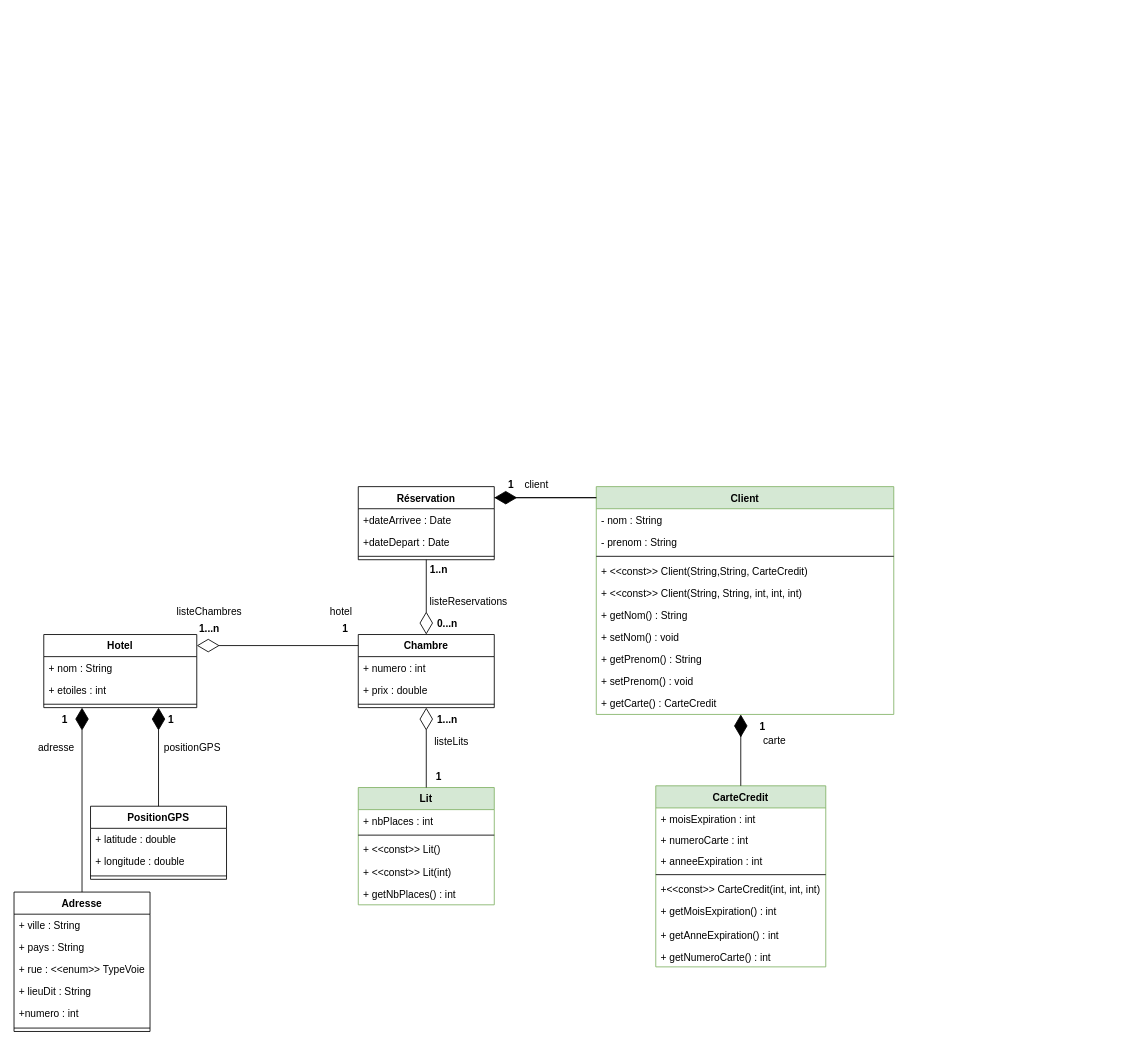
This is M1/704_ALD/TP2_SOAP/Schéma_UML_service.drawio from Sc00bi/Master-GL, a draw.io file, before an edit. Source tidied: cells renumbered, new cells numbered last; positions are measured from the earlier drawing's top-left corner, leaving out a move shared by most shapes. Both pictures are drawn from the tidied source at 85%, with x=0, y=0 at pixel (14, 473).
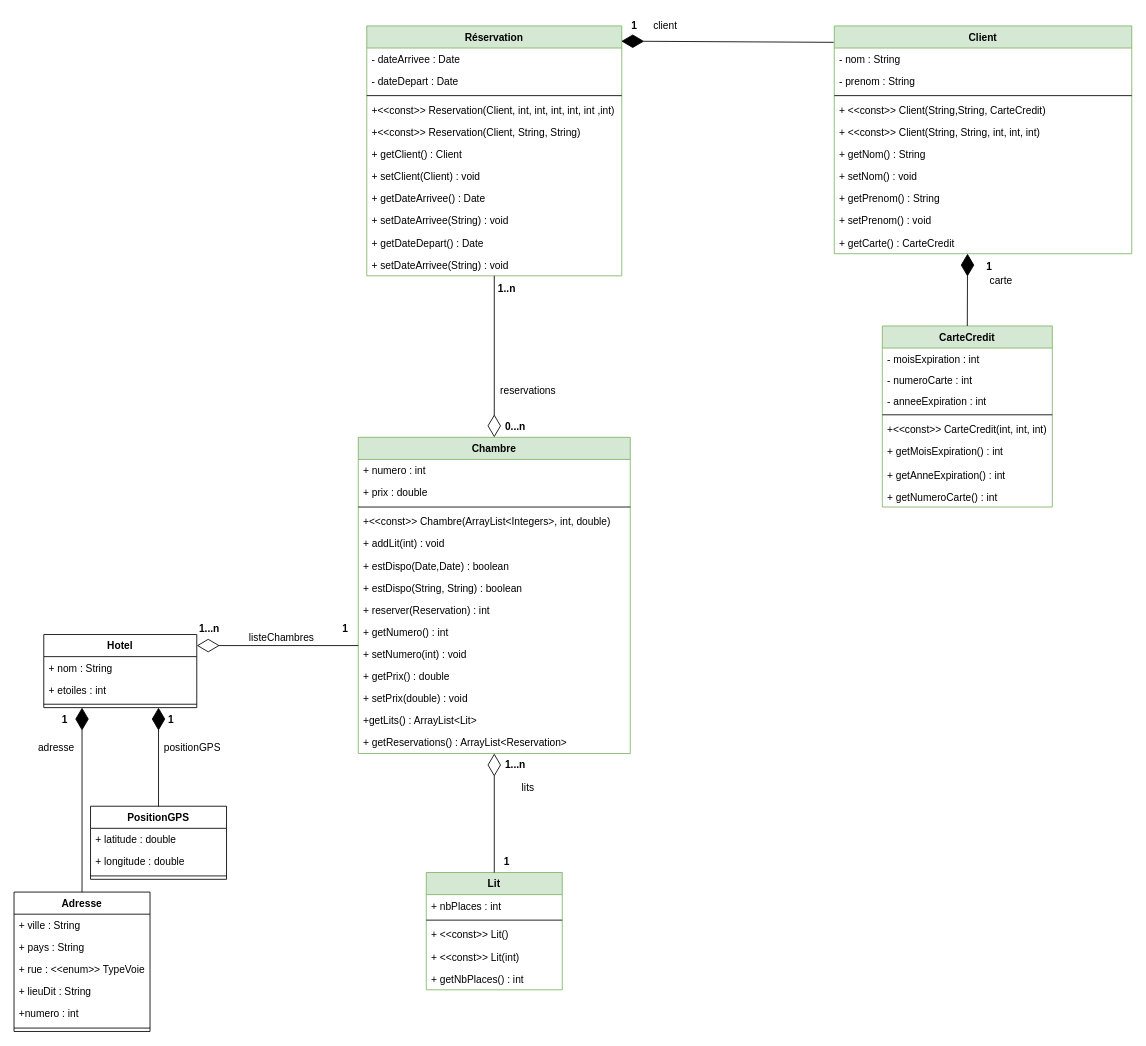
The same diagram, later.

The change refers to these unchanged cells:
```xml
<mxCell id="55" value="+ getCarte() : CarteCredit" style="text;strokeColor=none;fillColor=none;align=left;verticalAlign=top;spacingLeft=4;spacingRight=4;overflow=hidden;points=[[0,0.5],[1,0.5]];portConstraint=eastwest;" parent="45" vertex="1">
  <mxGeometry y="242" width="350" height="26" as="geometry" />
</mxCell>
```

Change to the diagram source:
```diff
@@
     <mxCell id="21" value="client" style="text;align=center;fontStyle=0;verticalAlign=middle;spacingLeft=3;spacingRight=3;strokeColor=none;" parent="1" vertex="1">
-      <mxGeometry x="575" width="80" height="26" as="geometry" />
+      <mxGeometry x="726.5" y="-540" width="80" height="26" as="geometry" />
     </mxCell>
@@
-    <mxCell id="23" value="Chambre" style="swimlane;fontStyle=1;align=center;verticalAlign=top;horizontal=1;startSize=26;" parent="1" vertex="1">
-      <mxGeometry x="405" y="190" width="160" height="86" as="geometry" />
+    <mxCell id="23" value="Chambre" style="swimlane;fontStyle=1;align=center;verticalAlign=top;horizontal=1;startSize=26;fillColor=#d5e8d4;strokeColor=#82b366;" parent="1" vertex="1">
+      <mxGeometry x="405" y="-42" width="320" height="372" as="geometry" />
     </mxCell>
     <mxCell id="24" value="+ numero : int" style="text;strokeColor=none;fillColor=none;align=left;verticalAlign=top;spacingLeft=4;spacingRight=4;overflow=hidden;" parent="23" vertex="1">
-      <mxGeometry y="26" width="160" height="26" as="geometry" />
+      <mxGeometry y="26" width="320" height="26" as="geometry" />
     </mxCell>
     <mxCell id="25" value="+ prix : double" style="text;strokeColor=none;fillColor=none;align=left;verticalAlign=top;spacingLeft=4;spacingRight=4;overflow=hidden;" parent="23" vertex="1">
-      <mxGeometry y="52" width="160" height="26" as="geometry" />
+      <mxGeometry y="52" width="320" height="26" as="geometry" />
     </mxCell>
     <mxCell id="26" style="line;strokeWidth=1;fillColor=none;align=left;verticalAlign=middle;spacingTop=-1;spacingLeft=3;spacingRight=3;labelPosition=right;" parent="23" vertex="1">
-      <mxGeometry y="78" width="160" height="8" as="geometry" />
+      <mxGeometry y="78" width="320" height="8" as="geometry" />
     </mxCell>
+    <mxCell id="76" value="+&lt;&lt;const&gt;&gt; Chambre(ArrayList&lt;Integers&gt;, int, double)" style="text;strokeColor=none;fillColor=none;align=left;verticalAlign=top;spacingLeft=4;spacingRight=4;overflow=hidden;" parent="23" vertex="1">
+      <mxGeometry y="86" width="320" height="26" as="geometry" />
+    </mxCell>
+    <mxCell id="77" value="+ addLit(int) : void" style="text;strokeColor=none;fillColor=none;align=left;verticalAlign=top;spacingLeft=4;spacingRight=4;overflow=hidden;" parent="23" vertex="1">
+      <mxGeometry y="112" width="320" height="26" as="geometry" />
+    </mxCell>
+    <mxCell id="78" value="+ estDispo(Date,Date) : boolean" style="text;strokeColor=none;fillColor=none;align=left;verticalAlign=top;spacingLeft=4;spacingRight=4;overflow=hidden;" parent="23" vertex="1">
+      <mxGeometry y="138" width="320" height="26" as="geometry" />
+    </mxCell>
+    <mxCell id="79" value="+ estDispo(String, String) : boolean" style="text;strokeColor=none;fillColor=none;align=left;verticalAlign=top;spacingLeft=4;spacingRight=4;overflow=hidden;" parent="23" vertex="1">
+      <mxGeometry y="164" width="320" height="26" as="geometry" />
+    </mxCell>
+    <mxCell id="80" value="+ reserver(Reservation) : int" style="text;strokeColor=none;fillColor=none;align=left;verticalAlign=top;spacingLeft=4;spacingRight=4;overflow=hidden;" parent="23" vertex="1">
+      <mxGeometry y="190" width="320" height="26" as="geometry" />
+    </mxCell>
+    <mxCell id="81" value="+ getNumero() : int" style="text;strokeColor=none;fillColor=none;align=left;verticalAlign=top;spacingLeft=4;spacingRight=4;overflow=hidden;" parent="23" vertex="1">
+      <mxGeometry y="216" width="320" height="26" as="geometry" />
+    </mxCell>
+    <mxCell id="82" value="+ setNumero(int) : void" style="text;strokeColor=none;fillColor=none;align=left;verticalAlign=top;spacingLeft=4;spacingRight=4;overflow=hidden;" parent="23" vertex="1">
+      <mxGeometry y="242" width="320" height="26" as="geometry" />
+    </mxCell>
+    <mxCell id="83" value="+ getPrix() : double" style="text;strokeColor=none;fillColor=none;align=left;verticalAlign=top;spacingLeft=4;spacingRight=4;overflow=hidden;" parent="23" vertex="1">
+      <mxGeometry y="268" width="320" height="26" as="geometry" />
+    </mxCell>
+    <mxCell id="84" value="+ setPrix(double) : void " style="text;strokeColor=none;fillColor=none;align=left;verticalAlign=top;spacingLeft=4;spacingRight=4;overflow=hidden;" parent="23" vertex="1">
+      <mxGeometry y="294" width="320" height="26" as="geometry" />
+    </mxCell>
+    <mxCell id="85" value="+getLits() : ArrayList&lt;Lit&gt;" style="text;strokeColor=none;fillColor=none;align=left;verticalAlign=top;spacingLeft=4;spacingRight=4;overflow=hidden;" parent="23" vertex="1">
+      <mxGeometry y="320" width="320" height="26" as="geometry" />
+    </mxCell>
+    <mxCell id="86" value="+ getReservations() : ArrayList&lt;Reservation&gt;" style="text;strokeColor=none;fillColor=none;align=left;verticalAlign=top;spacingLeft=4;spacingRight=4;overflow=hidden;" parent="23" vertex="1">
+      <mxGeometry y="346" width="320" height="26" as="geometry" />
+    </mxCell>
     <mxCell id="27" value="Lit" style="swimlane;fontStyle=1;align=center;verticalAlign=top;horizontal=1;startSize=26;fillColor=#d5e8d4;strokeColor=#82b366;" parent="1" vertex="1">
-      <mxGeometry x="405" y="370" width="160" height="138" as="geometry" />
+      <mxGeometry x="485" y="470" width="160" height="138" as="geometry" />
     </mxCell>
@@
-    <mxCell id="34" value="listeLits" style="text;align=center;fontStyle=0;verticalAlign=middle;spacingLeft=3;spacingRight=3;strokeColor=none;" parent="1" vertex="1">
-      <mxGeometry x="475" y="302" width="80" height="26" as="geometry" />
+    <mxCell id="34" value="lits" style="text;align=center;fontStyle=0;verticalAlign=middle;spacingLeft=3;spacingRight=3;strokeColor=none;" parent="1" vertex="1">
+      <mxGeometry x="565" y="356" width="80" height="28" as="geometry" />
     </mxCell>
     <mxCell id="35" value="1...n" style="text;align=center;fontStyle=1;verticalAlign=middle;spacingLeft=3;spacingRight=3;strokeColor=none;" parent="1" vertex="1">
-      <mxGeometry x="495" y="276" width="30" height="26" as="geometry" />
+      <mxGeometry x="575" y="330" width="30" height="26" as="geometry" />
     </mxCell>
     <mxCell id="36" value="1" style="text;align=center;fontStyle=1;verticalAlign=middle;spacingLeft=3;spacingRight=3;strokeColor=none;" parent="1" vertex="1">
-      <mxGeometry x="485" y="344" width="30" height="26" as="geometry" />
+      <mxGeometry x="565" y="444" width="30" height="26" as="geometry" />
     </mxCell>
@@
-    <mxCell id="40" value="hotel" style="text;align=center;fontStyle=0;verticalAlign=middle;spacingLeft=3;spacingRight=3;strokeColor=none;" parent="1" vertex="1">
-      <mxGeometry x="345" y="150" width="80" height="26" as="geometry" />
-    </mxCell>
-    <mxCell id="41" value="Réservation" style="swimlane;fontStyle=1;align=center;verticalAlign=top;horizontal=1;startSize=26;" parent="1" vertex="1">
-      <mxGeometry x="405" y="16" width="160" height="86" as="geometry" />
+    <mxCell id="41" value="Réservation" style="swimlane;fontStyle=1;align=center;verticalAlign=top;horizontal=1;startSize=26;fillColor=#d5e8d4;strokeColor=#82b366;" parent="1" vertex="1">
+      <mxGeometry x="415" y="-526" width="300" height="294" as="geometry" />
     </mxCell>
-    <mxCell id="42" value="+dateArrivee : Date" style="text;strokeColor=none;fillColor=none;align=left;verticalAlign=top;spacingLeft=4;spacingRight=4;overflow=hidden;" parent="41" vertex="1">
-      <mxGeometry y="26" width="160" height="26" as="geometry" />
+    <mxCell id="42" value="- dateArrivee : Date" style="text;strokeColor=none;fillColor=none;align=left;verticalAlign=top;spacingLeft=4;spacingRight=4;overflow=hidden;" parent="41" vertex="1">
+      <mxGeometry y="26" width="300" height="26" as="geometry" />
     </mxCell>
-    <mxCell id="43" value="+dateDepart : Date" style="text;strokeColor=none;fillColor=none;align=left;verticalAlign=top;spacingLeft=4;spacingRight=4;overflow=hidden;" parent="41" vertex="1">
-      <mxGeometry y="52" width="160" height="26" as="geometry" />
+    <mxCell id="43" value="- dateDepart : Date" style="text;strokeColor=none;fillColor=none;align=left;verticalAlign=top;spacingLeft=4;spacingRight=4;overflow=hidden;" parent="41" vertex="1">
+      <mxGeometry y="52" width="300" height="26" as="geometry" />
     </mxCell>
     <mxCell id="44" style="line;strokeWidth=1;fillColor=none;align=left;verticalAlign=middle;spacingTop=-1;spacingLeft=3;spacingRight=3;labelPosition=right;" parent="41" vertex="1">
-      <mxGeometry y="78" width="160" height="8" as="geometry" />
+      <mxGeometry y="78" width="300" height="8" as="geometry" />
     </mxCell>
+    <mxCell id="87" value="+&lt;&lt;const&gt;&gt; Reservation(Client, int, int, int, int, int ,int)" style="text;strokeColor=none;fillColor=none;align=left;verticalAlign=top;spacingLeft=4;spacingRight=4;overflow=hidden;" parent="41" vertex="1">
+      <mxGeometry y="86" width="300" height="26" as="geometry" />
+    </mxCell>
+    <mxCell id="88" value="+&lt;&lt;const&gt;&gt; Reservation(Client, String, String)" style="text;strokeColor=none;fillColor=none;align=left;verticalAlign=top;spacingLeft=4;spacingRight=4;overflow=hidden;" parent="41" vertex="1">
+      <mxGeometry y="112" width="300" height="26" as="geometry" />
+    </mxCell>
+    <mxCell id="89" value="+ getClient() : Client" style="text;strokeColor=none;fillColor=none;align=left;verticalAlign=top;spacingLeft=4;spacingRight=4;overflow=hidden;" parent="41" vertex="1">
+      <mxGeometry y="138" width="300" height="26" as="geometry" />
+    </mxCell>
+    <mxCell id="90" value="+ setClient(Client) : void" style="text;strokeColor=none;fillColor=none;align=left;verticalAlign=top;spacingLeft=4;spacingRight=4;overflow=hidden;" parent="41" vertex="1">
+      <mxGeometry y="164" width="300" height="26" as="geometry" />
+    </mxCell>
+    <mxCell id="91" value="+ getDateArrivee() : Date" style="text;strokeColor=none;fillColor=none;align=left;verticalAlign=top;spacingLeft=4;spacingRight=4;overflow=hidden;" parent="41" vertex="1">
+      <mxGeometry y="190" width="300" height="26" as="geometry" />
+    </mxCell>
+    <mxCell id="92" value="+ setDateArrivee(String) : void" style="text;strokeColor=none;fillColor=none;align=left;verticalAlign=top;spacingLeft=4;spacingRight=4;overflow=hidden;" parent="41" vertex="1">
+      <mxGeometry y="216" width="300" height="26" as="geometry" />
+    </mxCell>
+    <mxCell id="93" value="+ getDateDepart() : Date" style="text;strokeColor=none;fillColor=none;align=left;verticalAlign=top;spacingLeft=4;spacingRight=4;overflow=hidden;" parent="41" vertex="1">
+      <mxGeometry y="242" width="300" height="26" as="geometry" />
+    </mxCell>
+    <mxCell id="94" value="+ setDateArrivee(String) : void" style="text;strokeColor=none;fillColor=none;align=left;verticalAlign=top;spacingLeft=4;spacingRight=4;overflow=hidden;" parent="41" vertex="1">
+      <mxGeometry y="268" width="300" height="26" as="geometry" />
+    </mxCell>
     <mxCell id="45" value="Client" style="swimlane;fontStyle=1;align=center;verticalAlign=top;horizontal=1;startSize=26;fillColor=#d5e8d4;strokeColor=#82b366;" parent="1" vertex="1">
-      <mxGeometry x="685" y="16" width="350" height="268" as="geometry" />
+      <mxGeometry x="965" y="-526" width="350" height="268" as="geometry" />
     </mxCell>
@@
-    <mxCell id="56" style="endArrow=diamondThin;endFill=1;endSize=24;html=1;rounded=0;exitX=1;exitY=0;exitDx=0;exitDy=0;" parent="1" edge="1">
-      <mxGeometry relative="1" as="geometry">
-        <mxPoint x="565" y="29" as="sourcePoint" />
-        <mxPoint x="565" y="29" as="targetPoint" />
-        <Array as="points">
-          <mxPoint x="685" y="29" />
-        </Array>
-      </mxGeometry>
+    <mxCell id="56" style="endArrow=diamondThin;endFill=1;endSize=24;html=1;rounded=0;exitX=-0.002;exitY=0.072;exitDx=0;exitDy=0;entryX=0.998;entryY=0.061;entryDx=0;entryDy=0;entryPerimeter=0;exitPerimeter=0;" parent="1" edge="1" source="45" target="41">
+      <mxGeometry relative="1" as="geometry" />
     </mxCell>
     <mxCell id="57" value="1" style="text;align=center;fontStyle=1;verticalAlign=middle;spacingLeft=3;spacingRight=3;strokeColor=none;" parent="1" vertex="1">
-      <mxGeometry x="866" y="285" width="30" height="25" as="geometry" />
+      <mxGeometry x="1132.5" y="-256" width="30" height="25" as="geometry" />
     </mxCell>
@@
     <mxCell id="60" value="1..n" style="text;align=center;fontStyle=1;verticalAlign=middle;spacingLeft=3;spacingRight=3;strokeColor=none;" parent="1" vertex="1">
-      <mxGeometry x="485" y="100" width="30" height="26" as="geometry" />
+      <mxGeometry x="565" y="-231" width="30" height="26" as="geometry" />
     </mxCell>
     <mxCell id="61" value="0...n" style="text;align=center;fontStyle=1;verticalAlign=middle;spacingLeft=3;spacingRight=3;strokeColor=none;" parent="1" vertex="1">
-      <mxGeometry x="495" y="164" width="30" height="26" as="geometry" />
+      <mxGeometry x="575" y="-68" width="30" height="26" as="geometry" />
     </mxCell>
     <mxCell id="62" value="CarteCredit" style="swimlane;fontStyle=1;align=center;verticalAlign=top;horizontal=1;startSize=26;fillColor=#d5e8d4;strokeColor=#82b366;" parent="1" vertex="1">
-      <mxGeometry x="755" y="368" width="200" height="213" as="geometry" />
+      <mxGeometry x="1021.5" y="-173" width="200" height="213" as="geometry" />
     </mxCell>
-    <mxCell id="63" value="+ moisExpiration : int" style="text;strokeColor=none;fillColor=none;align=left;verticalAlign=top;spacingLeft=4;spacingRight=4;overflow=hidden;" parent="62" vertex="1">
+    <mxCell id="63" value="- moisExpiration : int" style="text;strokeColor=none;fillColor=none;align=left;verticalAlign=top;spacingLeft=4;spacingRight=4;overflow=hidden;" parent="62" vertex="1">
       <mxGeometry y="26" width="200" height="25" as="geometry" />
     </mxCell>
-    <mxCell id="64" value="+ numeroCarte : int" style="text;strokeColor=none;fillColor=none;align=left;verticalAlign=top;spacingLeft=4;spacingRight=4;overflow=hidden;" parent="62" vertex="1">
+    <mxCell id="64" value="- numeroCarte : int" style="text;strokeColor=none;fillColor=none;align=left;verticalAlign=top;spacingLeft=4;spacingRight=4;overflow=hidden;" parent="62" vertex="1">
       <mxGeometry y="51" width="200" height="25" as="geometry" />
     </mxCell>
-    <mxCell id="65" value="+ anneeExpiration : int" style="text;strokeColor=none;fillColor=none;align=left;verticalAlign=top;spacingLeft=4;spacingRight=4;overflow=hidden;" parent="62" vertex="1">
+    <mxCell id="65" value="- anneeExpiration : int" style="text;strokeColor=none;fillColor=none;align=left;verticalAlign=top;spacingLeft=4;spacingRight=4;overflow=hidden;" parent="62" vertex="1">
       <mxGeometry y="76" width="200" height="25" as="geometry" />
     </mxCell>
@@
-    <mxCell id="71" style="endArrow=diamondThin;endFill=1;endSize=24;html=1;rounded=0;exitX=0.5;exitY=0;exitDx=0;exitDy=0;" parent="1" edge="1" source="62">
-      <mxGeometry relative="1" as="geometry">
-        <mxPoint x="855" y="284" as="targetPoint" />
-        <Array as="points">
-          <mxPoint x="855" y="308" />
-        </Array>
-      </mxGeometry>
+    <mxCell id="71" style="endArrow=diamondThin;endFill=1;endSize=24;html=1;rounded=0;exitX=0.5;exitY=0;exitDx=0;exitDy=0;entryX=0.448;entryY=0.996;entryDx=0;entryDy=0;entryPerimeter=0;" parent="1" edge="1" source="62" target="55">
+      <mxGeometry relative="1" as="geometry" />
     </mxCell>
     <mxCell id="72" value="1" style="text;align=center;fontStyle=1;verticalAlign=middle;spacingLeft=3;spacingRight=3;strokeColor=none;" parent="1" vertex="1">
-      <mxGeometry x="570" width="30" height="26" as="geometry" />
+      <mxGeometry x="715" y="-540" width="30" height="26" as="geometry" />
     </mxCell>
     <mxCell id="73" value="carte" style="text;align=center;fontStyle=0;verticalAlign=middle;spacingLeft=3;spacingRight=3;strokeColor=none;" parent="1" vertex="1">
-      <mxGeometry x="855" y="302" width="80" height="25" as="geometry" />
+      <mxGeometry x="1121.5" y="-239" width="80" height="25" as="geometry" />
     </mxCell>
     <mxCell id="74" value="listeChambres" style="text;align=center;fontStyle=0;verticalAlign=middle;spacingLeft=3;spacingRight=3;strokeColor=none;" parent="1" vertex="1">
-      <mxGeometry x="190" y="150" width="80" height="26" as="geometry" />
+      <mxGeometry x="275" y="180" width="80" height="26" as="geometry" />
     </mxCell>
-    <mxCell id="75" value="listeReservations" style="text;align=center;fontStyle=0;verticalAlign=middle;spacingLeft=3;spacingRight=3;strokeColor=none;" parent="1" vertex="1">
-      <mxGeometry x="495" y="138" width="80" height="26" as="geometry" />
+    <mxCell id="75" value="reservations" style="text;align=center;fontStyle=0;verticalAlign=middle;spacingLeft=3;spacingRight=3;strokeColor=none;" parent="1" vertex="1">
+      <mxGeometry x="565" y="-110" width="80" height="26" as="geometry" />
     </mxCell>
```
